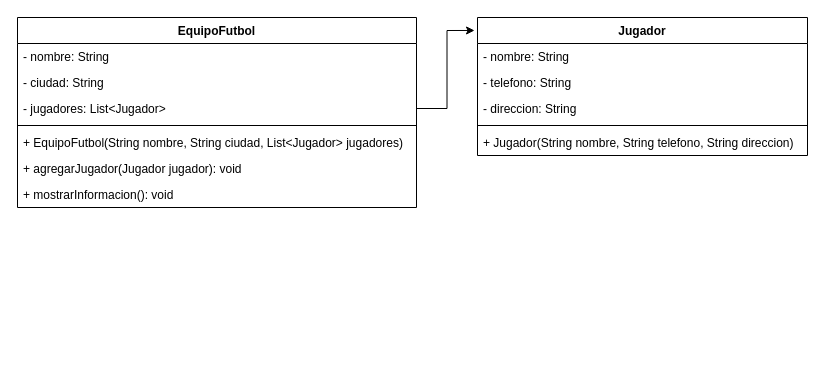
Above: src/taller_uno/uml/ejercicio2.drawio in daesvi/Java-Poo (draw.io), before the change. Source tidied: cells renumbered, new cells numbered last; positions are measured from the earlier drawing's top-left corner, leaving out a move shared by most shapes. Both pictures are drawn from the tidied source at 100%, with x=0, y=0 at pixel (17, 17).
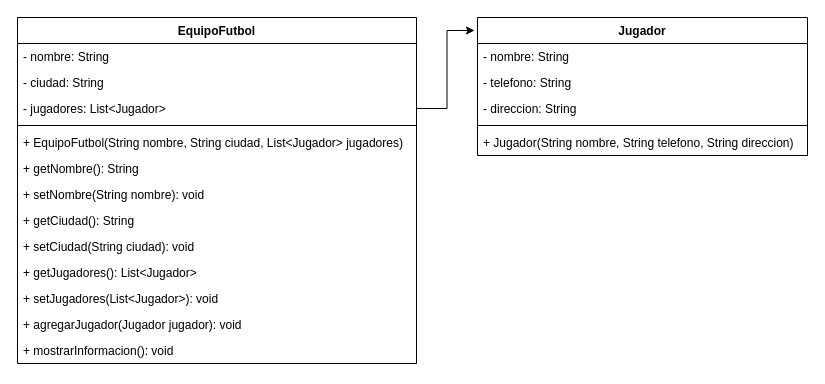
After the change.

Commit message (it also covers changes not shown here):
Diagrama UML del punto 2 (Equipo de futbol)

The edit, as a diff of the source:
```diff
@@
     <mxCell id="2" value="EquipoFutbol" style="swimlane;fontStyle=1;align=center;verticalAlign=top;horizontal=1;startSize=26;whiteSpace=wrap;html=1;" parent="1" vertex="1">
-      <mxGeometry width="399" height="190" as="geometry" />
+      <mxGeometry width="399" height="346" as="geometry" />
     </mxCell>
@@
+    <mxCell id="17" value="+ getNombre(): String" style="text;strokeColor=none;fillColor=none;align=left;verticalAlign=top;spacingLeft=4;spacingRight=4;overflow=hidden;whiteSpace=wrap;html=1;" parent="2" vertex="1">
+      <mxGeometry y="138" width="399" height="26" as="geometry" />
+    </mxCell>
+    <mxCell id="18" value="+ setNombre(String nombre): void" style="text;strokeColor=none;fillColor=none;align=left;verticalAlign=top;spacingLeft=4;spacingRight=4;overflow=hidden;whiteSpace=wrap;html=1;" parent="2" vertex="1">
+      <mxGeometry y="164" width="399" height="26" as="geometry" />
+    </mxCell>
+    <mxCell id="19" value="+ getCiudad(): String" style="text;strokeColor=none;fillColor=none;align=left;verticalAlign=top;spacingLeft=4;spacingRight=4;overflow=hidden;whiteSpace=wrap;html=1;" parent="2" vertex="1">
+      <mxGeometry y="190" width="399" height="26" as="geometry" />
+    </mxCell>
+    <mxCell id="20" value="+ setCiudad(String ciudad): void" style="text;strokeColor=none;fillColor=none;align=left;verticalAlign=top;spacingLeft=4;spacingRight=4;overflow=hidden;whiteSpace=wrap;html=1;" parent="2" vertex="1">
+      <mxGeometry y="216" width="399" height="26" as="geometry" />
+    </mxCell>
+    <mxCell id="21" value="+ getJugadores(): List&amp;lt;Jugador&amp;gt;" style="text;strokeColor=none;fillColor=none;align=left;verticalAlign=top;spacingLeft=4;spacingRight=4;overflow=hidden;whiteSpace=wrap;html=1;" parent="2" vertex="1">
+      <mxGeometry y="242" width="399" height="26" as="geometry" />
+    </mxCell>
+    <mxCell id="22" value="+ setJugadores(List&amp;lt;Jugador&amp;gt;): void" style="text;strokeColor=none;fillColor=none;align=left;verticalAlign=top;spacingLeft=4;spacingRight=4;overflow=hidden;whiteSpace=wrap;html=1;" parent="2" vertex="1">
+      <mxGeometry y="268" width="399" height="26" as="geometry" />
+    </mxCell>
     <mxCell id="8" value="+ agregarJugador(Jugador jugador): void" style="text;strokeColor=none;fillColor=none;align=left;verticalAlign=top;spacingLeft=4;spacingRight=4;overflow=hidden;whiteSpace=wrap;html=1;" parent="2" vertex="1">
-      <mxGeometry y="138" width="399" height="26" as="geometry" />
+      <mxGeometry y="294" width="399" height="26" as="geometry" />
     </mxCell>
     <mxCell id="9" value="+ mostrarInformacion(): void" style="text;strokeColor=none;fillColor=none;align=left;verticalAlign=top;spacingLeft=4;spacingRight=4;overflow=hidden;whiteSpace=wrap;html=1;" parent="2" vertex="1">
-      <mxGeometry y="164" width="399" height="26" as="geometry" />
+      <mxGeometry y="320" width="399" height="26" as="geometry" />
     </mxCell>
```
